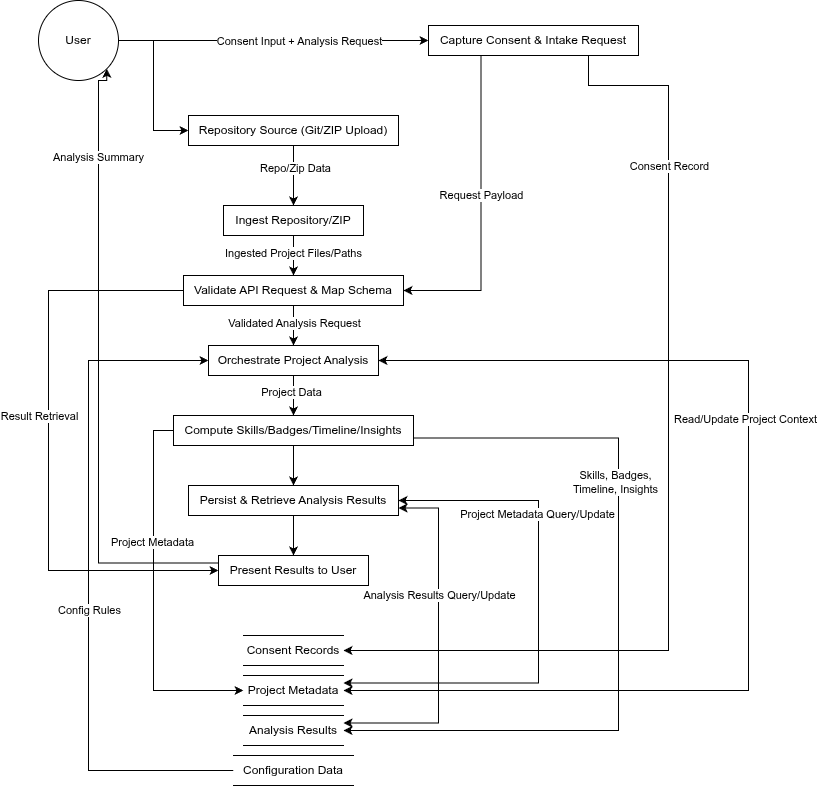
Before: media/DFD_Level_1.png, a diagram exported from draw.io (COSC-499-W2025/capstone-project-team-20). Source tidied: cells renumbered, new cells last; positions are measured from the earlier drawing's top-left corner, leaving out a move shared by most shapes.
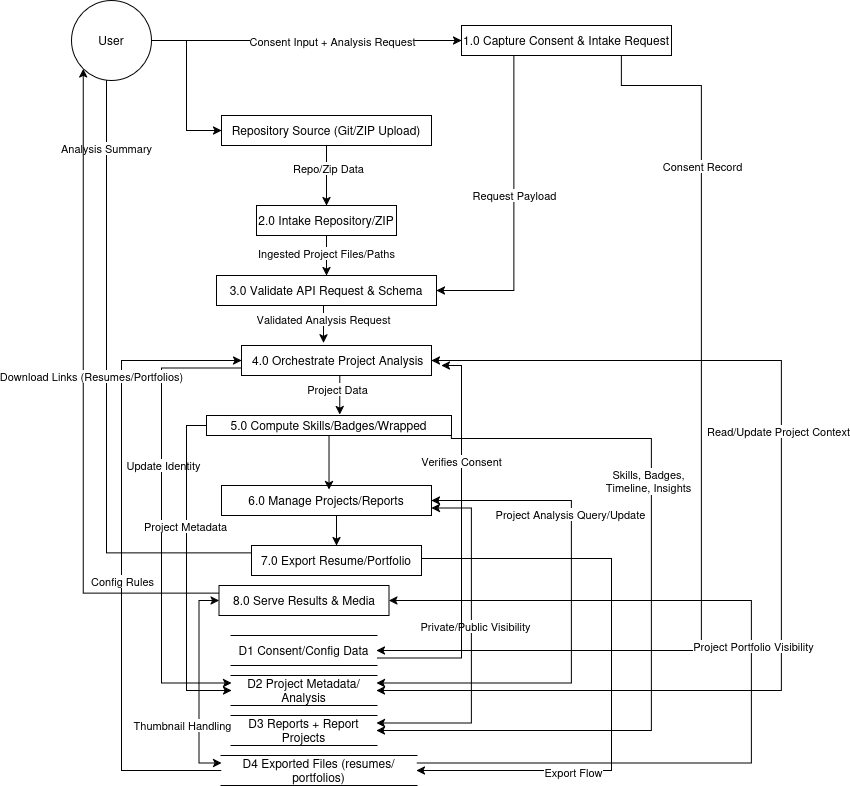
After the commit.

Diff of the diagram source:
```diff
@@ -34,7 +34,7 @@
     <mxCell id="8" value="Request Payload" style="edgeLabel;html=1;align=center;verticalAlign=middle;" parent="7" vertex="1">
       <mxGeometry x="-0.11" relative="1" as="geometry" />
     </mxCell>
-    <object id="9" label="Capture Consent &amp; Intake Request" fill="#f8cecc" flow="" from="" placeholders="1" shape="ellipse" stroke="#b85450" to="">
+    <object id="9" label="1.0 Capture Consent &amp;amp; Intake Request" fill="#f8cecc" flow="" from="" placeholders="1" shape="ellipse" stroke="#b85450" to="">
       <mxCell style="whiteSpace=wrap;html=1;" parent="1" vertex="1">
         <mxGeometry x="390" y="25" width="210" height="30" as="geometry" />
       </mxCell>
@@ -45,36 +45,23 @@
     <mxCell id="11" value="Ingested Project Files/Paths" style="edgeLabel;html=1;align=center;verticalAlign=middle;" parent="10" vertex="1">
       <mxGeometry x="-0.13" y="-1" relative="1" as="geometry" />
     </mxCell>
-    <object id="12" label="Ingest Repository/ZIP" fill="#f8cecc" flow="" from="" placeholders="1" shape="ellipse" stroke="#b85450" to="">
+    <object id="12" label="2.0 Intake Repository/ZIP" fill="#f8cecc" flow="" from="" placeholders="1" shape="ellipse" stroke="#b85450" to="">
       <mxCell style="whiteSpace=wrap;html=1;" parent="1" vertex="1">
         <mxGeometry x="185" y="205" width="140" height="30" as="geometry" />
       </mxCell>
     </object>
-    <mxCell id="13" style="edgeStyle=orthogonalEdgeStyle;rounded=0;jettySize=auto;html=1;exitX=0.5;exitY=1;exitDx=0;exitDy=0;entryX=0.5;entryY=0;entryDx=0;entryDy=0;" parent="1" edge="1" source="17" target="22">
+    <mxCell id="13" style="edgeStyle=orthogonalEdgeStyle;rounded=0;jettySize=auto;html=1;exitX=0.5;exitY=1;exitDx=0;exitDy=0;entryX=0.431;entryY=-0.09;entryDx=0;entryDy=0;entryPerimeter=0;" parent="1" edge="1" source="17" target="22">
       <mxGeometry relative="1" as="geometry" />
     </mxCell>
     <mxCell id="14" value="Validated Analysis Request" style="edgeLabel;html=1;align=center;verticalAlign=middle;" parent="13" vertex="1">
       <mxGeometry x="-0.15" relative="1" as="geometry" />
     </mxCell>
-    <mxCell id="15" style="edgeStyle=orthogonalEdgeStyle;rounded=0;jettySize=auto;html=1;exitX=0;exitY=0.5;exitDx=0;exitDy=0;entryX=0;entryY=0.5;entryDx=0;entryDy=0;" parent="1" edge="1" source="17" target="37">
-      <mxGeometry relative="1" as="geometry">
-        <Array as="points">
-          <mxPoint x="10" y="290" />
-          <mxPoint x="10" y="570" />
-        </Array>
-      </mxGeometry>
-    </mxCell>
-    <mxCell id="16" value="Result Retrieval" style="edgeLabel;html=1;align=center;verticalAlign=middle;" parent="15" vertex="1">
-      <mxGeometry x="-0.25" y="-1" relative="1" as="geometry">
-        <mxPoint x="-9" y="41" as="offset" />
-      </mxGeometry>
-    </mxCell>
-    <object id="17" label="Validate API Request &amp; Map Schema" fill="#f8cecc" flow="" from="" placeholders="1" shape="ellipse" stroke="#b85450" to="">
+    <object id="17" label="3.0 Validate API Request &amp;amp; Schema" fill="#f8cecc" flow="" from="" placeholders="1" shape="ellipse" stroke="#b85450" to="">
       <mxCell style="whiteSpace=wrap;html=1;" parent="1" vertex="1">
         <mxGeometry x="145" y="275" width="220" height="30" as="geometry" />
       </mxCell>
     </object>
-    <mxCell id="18" style="edgeStyle=orthogonalEdgeStyle;rounded=0;jettySize=auto;html=1;exitX=0.5;exitY=1;exitDx=0;exitDy=0;entryX=0.5;entryY=0;entryDx=0;entryDy=0;" parent="1" edge="1" source="22" target="28">
+    <mxCell id="18" style="edgeStyle=orthogonalEdgeStyle;rounded=0;jettySize=auto;html=1;exitX=0.5;exitY=1;exitDx=0;exitDy=0;entryX=0.544;entryY=-0.042;entryDx=0;entryDy=0;entryPerimeter=0;" parent="1" edge="1" source="22" target="28">
       <mxGeometry relative="1" as="geometry" />
     </mxCell>
     <mxCell id="19" value="Project Data" style="edgeLabel;html=1;align=center;verticalAlign=middle;" parent="18" vertex="1">
@@ -91,14 +78,22 @@
     <mxCell id="21" value="Read/Update Project Context" style="edgeLabel;html=1;align=center;verticalAlign=middle;" parent="20" vertex="1">
       <mxGeometry x="-0.23" y="-4" relative="1" as="geometry" />
     </mxCell>
+    <mxCell id="48" style="edgeStyle=orthogonalEdgeStyle;rounded=0;jettySize=auto;html=1;exitX=0;exitY=0.75;exitDx=0;exitDy=0;entryX=0;entryY=0.25;entryDx=0;entryDy=0;" parent="1" edge="1" source="22" target="45">
+      <mxGeometry relative="1" as="geometry">
+        <Array as="points">
+          <mxPoint x="90" y="368" />
+          <mxPoint x="90" y="683" />
+        </Array>
+      </mxGeometry>
+    </mxCell>
+    <mxCell id="49" value="Update Identity" style="edgeLabel;html=1;align=center;verticalAlign=middle;" parent="48" vertex="1">
+      <mxGeometry x="-0.24" y="1" relative="1" as="geometry" />
+    </mxCell>
-    <object id="22" label="Orchestrate Project Analysis" fill="#f8cecc" flow="" from="" placeholders="1" shape="ellipse" stroke="#b85450" to="">
+    <object id="22" label="&amp;nbsp;4.0 Orchestrate Project Analysis" fill="#f8cecc" flow="" from="" placeholders="1" shape="ellipse" stroke="#b85450" to="">
       <mxCell style="whiteSpace=wrap;html=1;" parent="1" vertex="1">
-        <mxGeometry x="170" y="345" width="170" height="30" as="geometry" />
+        <mxGeometry x="170" y="345" width="190" height="30" as="geometry" />
       </mxCell>
     </object>
-    <mxCell id="23" style="edgeStyle=orthogonalEdgeStyle;rounded=0;jettySize=auto;html=1;exitX=0.5;exitY=1;exitDx=0;exitDy=0;entryX=0.5;entryY=0;entryDx=0;entryDy=0;" parent="1" edge="1" source="28" target="34">
-      <mxGeometry relative="1" as="geometry" />
-    </mxCell>
     <mxCell id="24" style="edgeStyle=orthogonalEdgeStyle;rounded=0;jettySize=auto;html=1;exitX=0;exitY=0.5;exitDx=0;exitDy=0;entryX=0;entryY=0.5;entryDx=0;entryDy=0;" parent="1" edge="1" source="28" target="45">
       <mxGeometry relative="1" as="geometry" />
     </mxCell>
@@ -120,9 +115,9 @@
         <mxPoint y="-1" as="offset" />
       </mxGeometry>
     </mxCell>
-    <object id="28" label="Compute Skills/Badges/Timeline/Insights" fill="#f8cecc" flow="" from="" placeholders="1" shape="ellipse" stroke="#b85450" to="">
+    <object id="28" label="5.0 Compute Skills/Badges/Wrapped" fill="#f8cecc" flow="" from="" placeholders="1" shape="ellipse" stroke="#b85450" to="">
       <mxCell style="whiteSpace=wrap;html=1;" parent="1" vertex="1">
-        <mxGeometry x="135" y="415" width="240" height="30" as="geometry" />
+        <mxGeometry x="135" y="415" width="245" height="20" as="geometry" />
       </mxCell>
     </object>
     <mxCell id="29" style="edgeStyle=orthogonalEdgeStyle;rounded=0;jettySize=auto;html=1;exitX=1;exitY=0.5;exitDx=0;exitDy=0;entryX=1;entryY=0.25;entryDx=0;entryDy=0;startArrow=classic;startFill=1;" parent="1" edge="1" source="34" target="45">
@@ -134,7 +129,7 @@
         </Array>
       </mxGeometry>
     </mxCell>
-    <mxCell id="30" value="Project Metadata Query/Update" style="edgeLabel;html=1;align=center;verticalAlign=middle;" parent="29" vertex="1">
+    <mxCell id="30" value="Project Analysis Query/Update" style="edgeLabel;html=1;align=center;verticalAlign=middle;" parent="29" vertex="1">
       <mxGeometry x="-0.41" y="-2" relative="1" as="geometry" />
     </mxCell>
     <mxCell id="31" style="edgeStyle=orthogonalEdgeStyle;rounded=0;jettySize=auto;html=1;exitX=1;exitY=0.75;exitDx=0;exitDy=0;entryX=1;entryY=0.25;entryDx=0;entryDy=0;startArrow=classic;startFill=1;" parent="1" edge="1" source="34" target="46">
@@ -145,34 +140,44 @@
         </Array>
       </mxGeometry>
     </mxCell>
-    <mxCell id="32" value="Analysis Results Query/Update" style="edgeLabel;html=1;align=center;verticalAlign=middle;" parent="31" vertex="1">
-      <mxGeometry x="-0.34" relative="1" as="geometry">
-        <mxPoint y="12" as="offset" />
-      </mxGeometry>
-    </mxCell>
+    <mxCell id="50" value="Private/Public Visibility" style="edgeLabel;html=1;align=center;verticalAlign=middle;" parent="31" vertex="1">
+      <mxGeometry x="-0.1" y="3" relative="1" as="geometry" />
+    </mxCell>
     <mxCell id="33" style="edgeStyle=orthogonalEdgeStyle;rounded=0;jettySize=auto;html=1;exitX=0.5;exitY=1;exitDx=0;exitDy=0;entryX=0.5;entryY=0;entryDx=0;entryDy=0;" parent="1" edge="1" source="34" target="37">
       <mxGeometry relative="1" as="geometry" />
     </mxCell>
-    <object id="34" label="Persist &amp; Retrieve Analysis Results" fill="#f8cecc" flow="" from="" placeholders="1" shape="ellipse" stroke="#b85450" to="">
+    <object id="34" label="6.0 Manage Projects/Reports" fill="#f8cecc" flow="" from="" placeholders="1" shape="ellipse" stroke="#b85450" to="">
       <mxCell style="whiteSpace=wrap;html=1;" parent="1" vertex="1">
         <mxGeometry x="150" y="485" width="210" height="30" as="geometry" />
       </mxCell>
     </object>
-    <mxCell id="35" style="edgeStyle=orthogonalEdgeStyle;rounded=0;jettySize=auto;html=1;exitX=0;exitY=0.25;exitDx=0;exitDy=0;entryX=1;entryY=1;entryDx=0;entryDy=0;" parent="1" edge="1" source="37" target="43">
+    <mxCell id="35" style="edgeStyle=orthogonalEdgeStyle;rounded=0;jettySize=auto;html=1;exitX=0;exitY=0.25;exitDx=0;exitDy=0;entryX=1;entryY=1;entryDx=0;entryDy=0;" parent="1" edge="1" source="37">
       <mxGeometry relative="1" as="geometry">
+        <mxPoint x="43.3" y="55" as="targetPoint" />
         <Array as="points">
-          <mxPoint x="60" y="563" />
-          <mxPoint x="60" y="80" />
-          <mxPoint x="68" y="80" />
+          <mxPoint x="35" y="553" />
+          <mxPoint x="35" y="67" />
+          <mxPoint x="43" y="67" />
         </Array>
       </mxGeometry>
     </mxCell>
     <mxCell id="36" value="Analysis Summary" style="edgeLabel;html=1;align=center;verticalAlign=middle;" parent="35" vertex="1">
       <mxGeometry x="0.69" y="1" relative="1" as="geometry" />
     </mxCell>
+    <mxCell id="51" style="edgeStyle=orthogonalEdgeStyle;rounded=0;jettySize=auto;html=1;exitX=1;exitY=0.75;exitDx=0;exitDy=0;entryX=1;entryY=0.5;entryDx=0;entryDy=0;" parent="1" edge="1" source="37" target="47">
+      <mxGeometry relative="1" as="geometry">
+        <Array as="points">
+          <mxPoint x="540" y="558" />
+          <mxPoint x="540" y="770" />
+        </Array>
+      </mxGeometry>
+    </mxCell>
+    <mxCell id="52" value="Export Flow" style="edgeLabel;html=1;align=center;verticalAlign=middle;" parent="51" vertex="1">
+      <mxGeometry x="0.48" y="1" relative="1" as="geometry" />
+    </mxCell>
-    <object id="37" label="Present Results to User" fill="#f8cecc" flow="" from="" placeholders="1" shape="ellipse" stroke="#b85450" to="">
+    <object id="37" label="7.0 Export Resume/Portfolio" fill="#f8cecc" flow="" from="" placeholders="1" shape="ellipse" stroke="#b85450" to="">
       <mxCell style="whiteSpace=wrap;html=1;" parent="1" vertex="1">
-        <mxGeometry x="180" y="555" width="150" height="30" as="geometry" />
+        <mxGeometry x="180" y="545" width="170" height="30" as="geometry" />
       </mxCell>
     </object>
     <mxCell id="38" style="edgeStyle=orthogonalEdgeStyle;rounded=0;jettySize=auto;html=1;exitX=0;exitY=0.5;exitDx=0;exitDy=0;entryX=0;entryY=0.5;entryDx=0;entryDy=0;" parent="1" edge="1" source="47" target="22">
@@ -204,17 +209,56 @@
     <mxCell id="43" value="User" style="ellipse;whiteSpace=wrap;html=1;" parent="1" vertex="1">
       <mxGeometry width="80" height="80" as="geometry" />
     </mxCell>
-    <mxCell id="44" value="Consent Records" style="html=1;dashed=0;whiteSpace=wrap;shape=partialRectangle;right=0;left=0;" parent="1" vertex="1">
-      <mxGeometry x="205" y="635" width="100" height="30" as="geometry" />
+    <mxCell id="44" value="D1 Consent/Config Data" style="html=1;dashed=0;whiteSpace=wrap;shape=partialRectangle;right=0;left=0;" parent="1" vertex="1">
+      <mxGeometry x="160" y="635" width="145" height="30" as="geometry" />
     </mxCell>
-    <mxCell id="45" value="Project Metadata" style="html=1;dashed=0;whiteSpace=wrap;shape=partialRectangle;right=0;left=0;" parent="1" vertex="1">
-      <mxGeometry x="205" y="675" width="100" height="30" as="geometry" />
+    <mxCell id="45" value="D2 Project Metadata/Analysis" style="html=1;dashed=0;whiteSpace=wrap;shape=partialRectangle;right=0;left=0;" parent="1" vertex="1">
+      <mxGeometry x="160" y="675" width="145" height="30" as="geometry" />
     </mxCell>
-    <mxCell id="46" value="Analysis Results" style="html=1;dashed=0;whiteSpace=wrap;shape=partialRectangle;right=0;left=0;" parent="1" vertex="1">
-      <mxGeometry x="205" y="715" width="100" height="30" as="geometry" />
+    <mxCell id="46" value="D3 Reports + Report Projects" style="html=1;dashed=0;whiteSpace=wrap;shape=partialRectangle;right=0;left=0;" parent="1" vertex="1">
+      <mxGeometry x="160" y="715" width="145" height="30" as="geometry" />
     </mxCell>
-    <mxCell id="47" value="Configuration Data" style="html=1;dashed=0;whiteSpace=wrap;shape=partialRectangle;right=0;left=0;" parent="1" vertex="1">
-      <mxGeometry x="195" y="755" width="120" height="30" as="geometry" />
+    <mxCell id="47" value="D4 Exported Files (resumes/portfolios)" style="html=1;dashed=0;whiteSpace=wrap;shape=partialRectangle;right=0;left=0;" parent="1" vertex="1">
+      <mxGeometry x="150" y="755" width="195" height="30" as="geometry" />
     </mxCell>
+    <mxCell id="23" style="edgeStyle=orthogonalEdgeStyle;rounded=0;jettySize=auto;html=1;entryX=0.512;entryY=0.137;entryDx=0;entryDy=0;entryPerimeter=0;" parent="1" edge="1" source="28" target="34">
+      <mxGeometry relative="1" as="geometry" />
+    </mxCell>
+    <mxCell id="53" style="edgeStyle=orthogonalEdgeStyle;rounded=0;jettySize=auto;html=1;exitX=1;exitY=0.5;exitDx=0;exitDy=0;entryX=1;entryY=0.75;entryDx=0;entryDy=0;startArrow=classic;startFill=1;endArrow=none;endFill=0;" parent="1" edge="1" source="55" target="44">
+      <mxGeometry relative="1" as="geometry" />
+    </mxCell>
+    <mxCell id="54" value="Verifies Consent" style="edgeLabel;html=1;align=center;verticalAlign=middle;" parent="53" vertex="1">
+      <mxGeometry x="-0.42" y="-1" relative="1" as="geometry" />
+    </mxCell>
+    <mxCell id="55" value="&amp;nbsp;" style="text;whiteSpace=wrap;html=1;" parent="1" vertex="1">
+      <mxGeometry x="330" y="345" width="40" height="40" as="geometry" />
+    </mxCell>
+    <mxCell id="56" value="&lt;div&gt;Thumbnail Handling&lt;/div&gt;" style="edgeStyle=orthogonalEdgeStyle;rounded=0;jettySize=auto;html=1;exitX=0;exitY=0.5;exitDx=0;exitDy=0;entryX=0;entryY=0.25;entryDx=0;entryDy=0;startArrow=classic;startFill=1;" parent="1" edge="1" source="61" target="47">
+      <mxGeometry x="0.41" y="-17" relative="1" as="geometry" />
+    </mxCell>
+    <mxCell id="57" style="edgeStyle=orthogonalEdgeStyle;rounded=0;jettySize=auto;html=1;exitX=0;exitY=0.25;exitDx=0;exitDy=0;entryX=0;entryY=1;entryDx=0;entryDy=0;" parent="1" edge="1" source="61" target="43">
+      <mxGeometry relative="1" as="geometry" />
+    </mxCell>
+    <mxCell id="58" value="Download Links (Resumes/Portfolios)" style="edgeLabel;html=1;align=center;verticalAlign=middle;" parent="57" vertex="1">
+      <mxGeometry x="0.08" relative="1" as="geometry">
+        <mxPoint x="8" y="3" as="offset" />
+      </mxGeometry>
+    </mxCell>
+    <mxCell id="59" style="edgeStyle=orthogonalEdgeStyle;rounded=0;jettySize=auto;html=1;exitX=1;exitY=0.5;exitDx=0;exitDy=0;entryX=1;entryY=0.25;entryDx=0;entryDy=0;startArrow=classic;startFill=1;endArrow=none;endFill=0;" parent="1" edge="1" source="61" target="47">
+      <mxGeometry relative="1" as="geometry">
+        <Array as="points">
+          <mxPoint x="680" y="600" />
+          <mxPoint x="680" y="763" />
+        </Array>
+      </mxGeometry>
+    </mxCell>
+    <mxCell id="60" value="Project Portfolio Visibility" style="edgeLabel;html=1;align=center;verticalAlign=middle;" parent="59" vertex="1">
+      <mxGeometry x="-0.05" y="1" relative="1" as="geometry" />
+    </mxCell>
+    <object id="61" label="8.0 Serve Results &amp;amp; Media" fill="#f8cecc" flow="" from="" placeholders="1" shape="ellipse" stroke="#b85450" to="">
+      <mxCell style="whiteSpace=wrap;html=1;" parent="1" vertex="1">
+        <mxGeometry x="147.5" y="585" width="170" height="30" as="geometry" />
+      </mxCell>
+    </object>
   </root>
 </mxGraphModel>
```
